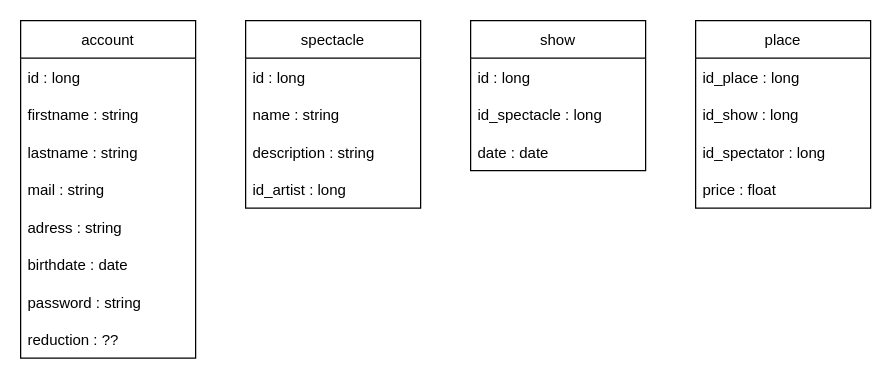
Earlier version of the draw.io diagram page "BDD" (7 of 7) of analyse/Diagramme sans nom.drawio (baptisteRiviere/SpectacleHallManagement). Source tidied: cells renumbered, new cells numbered last; positions are measured from the earlier drawing's top-left corner, leaving out a move shared by most shapes. Both pictures are drawn from the tidied source at 125%, with x=0, y=0 at pixel (20, 20).
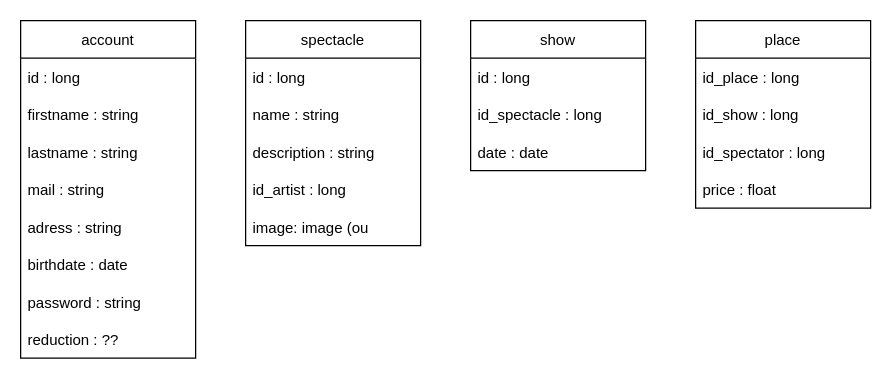
After the change.

The edit, as a diff of the source:
```diff
@@
     <mxCell id="11" value="spectacle" style="swimlane;fontStyle=0;horizontal=1;startSize=30;" parent="1" vertex="1">
-      <mxGeometry x="180" width="140" height="150" as="geometry" />
+      <mxGeometry x="180" width="140" height="180" as="geometry" />
     </mxCell>
@@
+    <mxCell id="25" value="id_artist : long" style="text;strokeColor=none;fillColor=none;align=left;verticalAlign=middle;spacingLeft=4;spacingRight=4;overflow=hidden;" parent="11" vertex="1">
+      <mxGeometry y="120" width="140" height="30" as="geometry" />
+    </mxCell>
-    <mxCell id="15" value="id_artist : long" style="text;strokeColor=none;fillColor=none;align=left;verticalAlign=middle;spacingLeft=4;spacingRight=4;overflow=hidden;" parent="11" vertex="1">
-      <mxGeometry y="120" width="140" height="30" as="geometry" />
+    <mxCell id="15" value="image: image (ou" style="text;strokeColor=none;fillColor=none;align=left;verticalAlign=middle;spacingLeft=4;spacingRight=4;overflow=hidden;" parent="11" vertex="1">
+      <mxGeometry y="150" width="140" height="30" as="geometry" />
     </mxCell>
```
